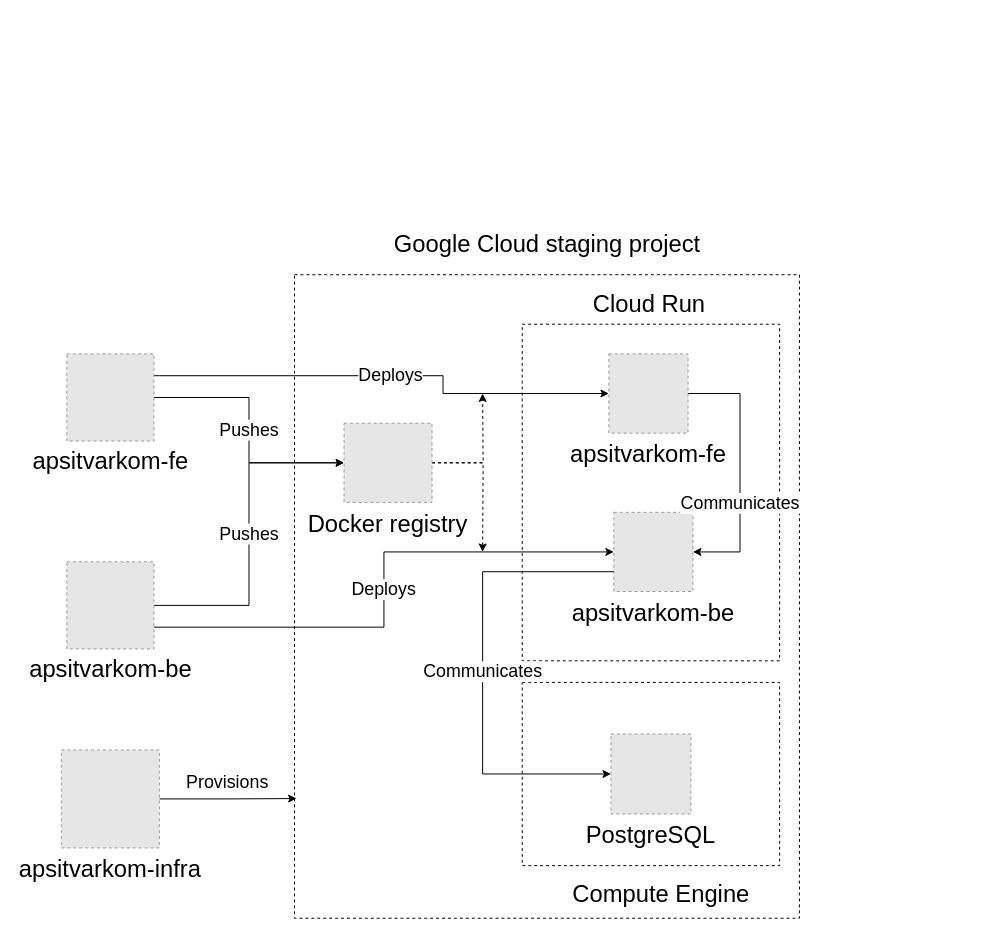
vu-vibedosa/.github keeps this draw.io diagram as apsitvarkom.drawio. Above is the earlier version. Source tidied: cells renumbered, new cells numbered last; positions are measured from the earlier drawing's top-left corner, leaving out a move shared by most shapes. Both pictures are drawn from the tidied source at 99%, with x=0, y=0 at pixel (60, 225). Pictures stored in the file or linked from it are replaced by grey dashed boxes.
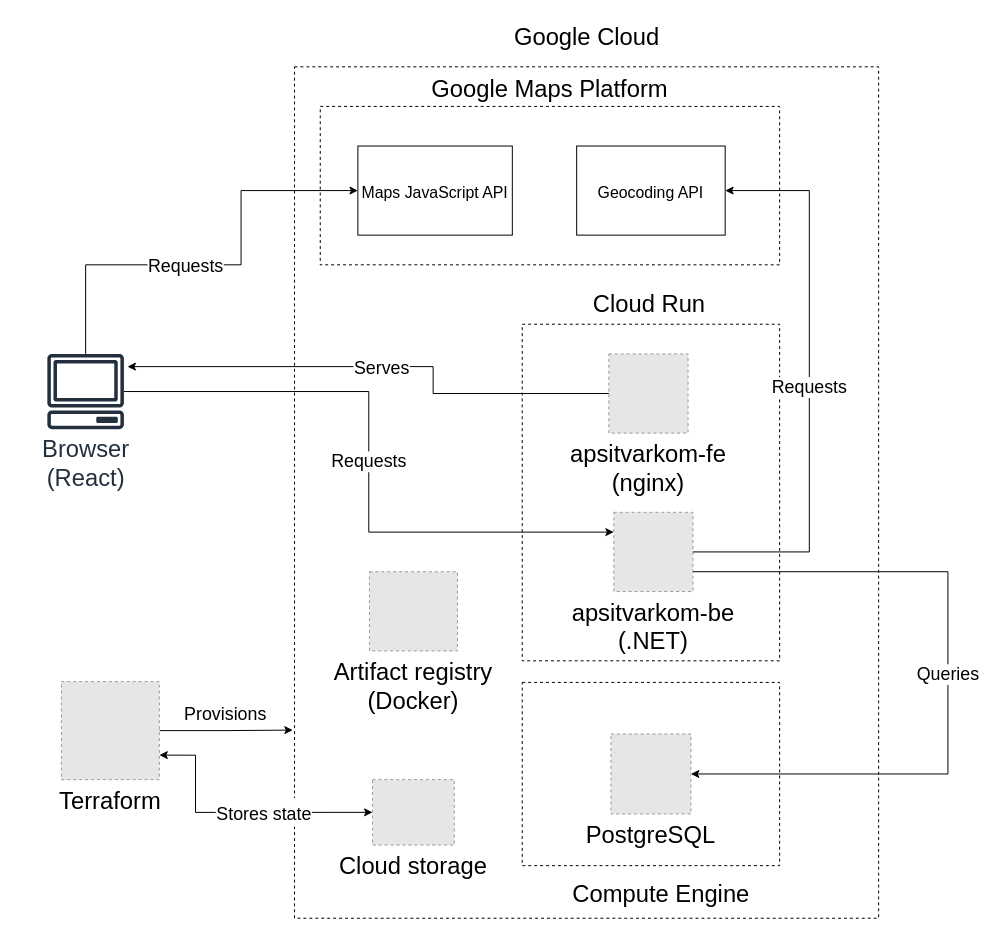
The same diagram, later.

The change refers to these unchanged cells:
```xml
<mxCell id="3" style="group;" parent="1" vertex="1">
  <mxGeometry x="436" y="60" width="290" height="380" as="geometry" />
</mxCell>
<mxCell id="21" value="PostgreSQL" style="fillColor=#E6E6E6;strokeColor=#999999;dashed=1;verticalLabelPosition=bottom;labelBackgroundColor=#ffffff;verticalAlign=top;fontSize=24;" parent="19" vertex="1">
  <mxGeometry x="89.6" y="73.9" width="80.8" height="80.8" as="geometry" />
</mxCell>
```

Diff of the diagram source:
```diff
@@
     <mxCell id="2" style="rounded=0;whiteSpace=wrap;html=1;dashed=1;fontSize=24;fillColor=none;" parent="1" vertex="1">
-      <mxGeometry x="236" y="50" width="510" height="650" as="geometry" />
+      <mxGeometry x="236" y="-160" width="590" height="860" as="geometry" />
     </mxCell>
@@
-    <mxCell id="6" value="apsitvarkom-be" style="fillColor=#E6E6E6;strokeColor=#999999;dashed=1;verticalLabelPosition=bottom;labelBackgroundColor=#ffffff;verticalAlign=top;fontSize=24;" parent="3" vertex="1">
+    <mxCell id="6" value="apsitvarkom-be&#10;(.NET)" style="fillColor=#E6E6E6;strokeColor=#999999;dashed=1;verticalLabelPosition=bottom;labelBackgroundColor=#ffffff;verticalAlign=top;fontSize=24;" parent="3" vertex="1">
       <mxGeometry x="122.5" y="230" width="80" height="80" as="geometry" />
     </mxCell>
-    <mxCell id="7" value="Communicates" style="edgeStyle=orthogonalEdgeStyle;rounded=0;jettySize=auto;html=1;exitX=1;exitY=0.5;exitDx=0;exitDy=0;entryX=1;entryY=0.5;entryDx=0;entryDy=0;fontSize=18;" parent="3" edge="1" source="8" target="6">
-      <mxGeometry x="0.25" relative="1" as="geometry">
-        <Array as="points">
-          <mxPoint x="250" y="110" />
-          <mxPoint x="250" y="270" />
-        </Array>
-      </mxGeometry>
-    </mxCell>
-    <mxCell id="8" value="apsitvarkom-fe" style="fillColor=#E6E6E6;strokeColor=#999999;dashed=1;verticalLabelPosition=bottom;labelBackgroundColor=#ffffff;verticalAlign=top;fontSize=24;" parent="3" vertex="1">
+    <mxCell id="8" value="apsitvarkom-fe&#10;(nginx)" style="fillColor=#E6E6E6;strokeColor=#999999;dashed=1;verticalLabelPosition=bottom;labelBackgroundColor=#ffffff;verticalAlign=top;fontSize=24;" parent="3" vertex="1">
       <mxGeometry x="117.5" y="70" width="80" height="80" as="geometry" />
     </mxCell>
-    <mxCell id="9" value="Pushes" style="edgeStyle=orthogonalEdgeStyle;rounded=0;jettySize=auto;html=1;fontSize=18;" parent="1" edge="1" source="11" target="17">
-      <mxGeometry relative="1" as="geometry" />
-    </mxCell>
-    <mxCell id="10" value="Deploys" style="edgeStyle=orthogonalEdgeStyle;rounded=0;jettySize=auto;html=1;exitX=1;exitY=0.25;exitDx=0;exitDy=0;entryX=0;entryY=0.5;entryDx=0;entryDy=0;fontSize=18;" parent="1" edge="1" source="11" target="8">
-      <mxGeometry relative="1" as="geometry">
-        <Array as="points">
-          <mxPoint x="386" y="152" />
-          <mxPoint x="386" y="170" />
-        </Array>
-      </mxGeometry>
-    </mxCell>
-    <mxCell id="11" value="&lt;font style=&quot;font-size: 24px;&quot;&gt;apsitvarkom-fe&lt;/font&gt;" style="fillColor=#E6E6E6;strokeColor=#999999;dashed=1;html=1;verticalAlign=top;verticalLabelPosition=bottom;labelBackgroundColor=#ffffff;" parent="1" vertex="1">
-      <mxGeometry x="6" y="130" width="88" height="88" as="geometry" />
-    </mxCell>
-    <mxCell id="12" value="Pushes" style="edgeStyle=orthogonalEdgeStyle;rounded=0;jettySize=auto;html=1;entryX=0;entryY=0.5;entryDx=0;entryDy=0;fontSize=18;" parent="1" edge="1" source="14" target="17">
-      <mxGeometry relative="1" as="geometry" />
-    </mxCell>
-    <mxCell id="13" value="Deploys" style="edgeStyle=orthogonalEdgeStyle;rounded=0;jettySize=auto;html=1;exitX=1;exitY=0.75;exitDx=0;exitDy=0;entryX=0;entryY=0.5;entryDx=0;entryDy=0;fontSize=18;" parent="1" edge="1" source="14" target="6">
-      <mxGeometry relative="1" as="geometry" />
-    </mxCell>
-    <mxCell id="14" value="&lt;font style=&quot;font-size: 24px;&quot;&gt;apsitvarkom-be&lt;/font&gt;" style="fillColor=#E6E6E6;strokeColor=#999999;dashed=1;html=1;verticalAlign=top;verticalLabelPosition=bottom;labelBackgroundColor=#ffffff;" parent="1" vertex="1">
-      <mxGeometry x="6" y="340" width="88" height="88" as="geometry" />
-    </mxCell>
-    <mxCell id="15" style="edgeStyle=orthogonalEdgeStyle;rounded=0;jettySize=auto;html=1;exitX=1;exitY=0.5;exitDx=0;exitDy=0;dashed=1;fontSize=18;" parent="1" edge="1" source="17">
-      <mxGeometry relative="1" as="geometry">
-        <mxPoint x="426" y="170" as="targetPoint" />
-      </mxGeometry>
-    </mxCell>
-    <mxCell id="16" style="edgeStyle=orthogonalEdgeStyle;rounded=0;jettySize=auto;html=1;exitX=1;exitY=0.5;exitDx=0;exitDy=0;dashed=1;fontSize=18;" parent="1" edge="1" source="17">
-      <mxGeometry relative="1" as="geometry">
-        <mxPoint x="426" y="330" as="targetPoint" />
-      </mxGeometry>
-    </mxCell>
-    <mxCell id="17" value="Docker registry" style="fillColor=#E6E6E6;strokeColor=#999999;dashed=1;verticalLabelPosition=bottom;labelBackgroundColor=#ffffff;verticalAlign=top;fontSize=24;" parent="1" vertex="1">
-      <mxGeometry x="286" y="200" width="88.9" height="80" as="geometry" />
+    <mxCell id="17" value="Artifact registry&#10;(Docker)" style="fillColor=#E6E6E6;strokeColor=#999999;dashed=1;verticalLabelPosition=bottom;labelBackgroundColor=#ffffff;verticalAlign=top;fontSize=24;" parent="1" vertex="1">
+      <mxGeometry x="311.7" y="350" width="88.9" height="80" as="geometry" />
     </mxCell>
@@
-    <mxCell id="23" value="Google Cloud staging project" style="text;html=1;align=center;verticalAlign=middle;strokeColor=none;fillColor=none;fontSize=24;" parent="1" vertex="1">
-      <mxGeometry x="326" width="330" height="40" as="geometry" />
+    <mxCell id="23" value="Google Cloud" style="text;html=1;align=center;verticalAlign=middle;strokeColor=none;fillColor=none;fontSize=24;" parent="1" vertex="1">
+      <mxGeometry x="446" y="-210" width="170" height="40" as="geometry" />
     </mxCell>
-    <mxCell id="24" style="edgeStyle=orthogonalEdgeStyle;rounded=0;jettySize=auto;html=1;entryX=0.004;entryY=0.814;entryDx=0;entryDy=0;entryPerimeter=0;fontSize=23;" parent="1" edge="1" source="26" target="2">
+    <mxCell id="24" style="edgeStyle=orthogonalEdgeStyle;rounded=0;jettySize=auto;html=1;fontSize=23;entryX=-0.003;entryY=0.779;entryDx=0;entryDy=0;entryPerimeter=0;" parent="1" edge="1" source="26" target="2">
       <mxGeometry relative="1" as="geometry" />
     </mxCell>
@@
-    <mxCell id="26" value="apsitvarkom-infra" style="fillColor=#E6E6E6;strokeColor=#999999;dashed=1;verticalLabelPosition=bottom;labelBackgroundColor=default;verticalAlign=top;fontSize=24;" parent="1" vertex="1">
-      <mxGeometry x="0.5" y="530" width="99" height="99" as="geometry" />
+    <mxCell id="26" value="Terraform" style="fillColor=#E6E6E6;strokeColor=#999999;dashed=1;verticalLabelPosition=bottom;labelBackgroundColor=default;verticalAlign=top;fontSize=24;" parent="1" vertex="1">
+      <mxGeometry x="0.5" y="461" width="99" height="99" as="geometry" />
     </mxCell>
+    <mxCell id="28" value="Requests" style="edgeStyle=orthogonalEdgeStyle;rounded=0;jettySize=auto;html=1;entryX=0;entryY=0.25;entryDx=0;entryDy=0;fontSize=18;" parent="1" edge="1" source="31" target="6">
+      <mxGeometry relative="1" as="geometry" />
+    </mxCell>
+    <mxCell id="29" style="edgeStyle=orthogonalEdgeStyle;rounded=0;jettySize=auto;html=1;entryX=0;entryY=0.5;entryDx=0;entryDy=0;fontSize=18;" parent="1" edge="1" source="31" target="34">
+      <mxGeometry relative="1" as="geometry">
+        <Array as="points">
+          <mxPoint x="25" y="40" />
+          <mxPoint x="182" y="40" />
+          <mxPoint x="182" y="-35" />
+        </Array>
+      </mxGeometry>
+    </mxCell>
+    <mxCell id="30" value="Requests" style="edgeLabel;html=1;align=center;verticalAlign=middle;fontSize=18;" parent="29" vertex="1">
+      <mxGeometry x="-0.14" y="-1" relative="1" as="geometry">
+        <mxPoint x="1" as="offset" />
+      </mxGeometry>
+    </mxCell>
+    <mxCell id="31" value="&lt;span style=&quot;font-size: 24px;&quot;&gt;Browser&lt;br&gt;(React)&lt;br&gt;&lt;/span&gt;" style="sketch=0;outlineConnect=0;fontColor=#232F3E;gradientColor=none;fillColor=#232F3D;strokeColor=none;dashed=0;verticalLabelPosition=bottom;verticalAlign=top;align=center;html=1;fontSize=12;fontStyle=0;shape=mxgraph.aws4.client;labelBackgroundColor=default;" parent="1" vertex="1">
+      <mxGeometry x="-14" y="130" width="78" height="76" as="geometry" />
+    </mxCell>
+    <mxCell id="32" value="&lt;font style=&quot;font-size: 18px;&quot;&gt;Serves&lt;/font&gt;" style="edgeStyle=orthogonalEdgeStyle;rounded=0;jettySize=auto;html=1;exitX=0;exitY=0.5;exitDx=0;exitDy=0;entryX=1.047;entryY=0.169;entryDx=0;entryDy=0;entryPerimeter=0;fontSize=24;" parent="1" edge="1" source="8" target="31">
+      <mxGeometry relative="1" as="geometry">
+        <Array as="points">
+          <mxPoint x="376" y="170" />
+          <mxPoint x="376" y="143" />
+        </Array>
+      </mxGeometry>
+    </mxCell>
+    <mxCell id="33" value="&lt;font style=&quot;font-size: 24px;&quot;&gt;Google Maps Platform&lt;/font&gt;" style="rounded=0;whiteSpace=wrap;html=1;fontSize=18;labelPosition=center;verticalLabelPosition=top;align=center;verticalAlign=bottom;fillColor=none;dashed=1;" parent="1" vertex="1">
+      <mxGeometry x="262" y="-120" width="464" height="160" as="geometry" />
+    </mxCell>
+    <mxCell id="34" value="&lt;font size=&quot;3&quot;&gt;Maps JavaScript API&lt;/font&gt;" style="rounded=0;whiteSpace=wrap;html=1;fontSize=24;" parent="1" vertex="1">
+      <mxGeometry x="300" y="-80" width="156" height="90" as="geometry" />
+    </mxCell>
+    <mxCell id="35" value="&lt;font size=&quot;3&quot;&gt;Geocoding API&lt;/font&gt;" style="rounded=0;whiteSpace=wrap;html=1;fontSize=24;" parent="1" vertex="1">
+      <mxGeometry x="521" y="-80" width="150" height="90" as="geometry" />
+    </mxCell>
+    <mxCell id="36" value="Requests" style="edgeStyle=orthogonalEdgeStyle;rounded=0;jettySize=auto;html=1;entryX=1;entryY=0.5;entryDx=0;entryDy=0;fontSize=18;" parent="1" edge="1" source="6" target="35">
+      <mxGeometry relative="1" as="geometry">
+        <Array as="points">
+          <mxPoint x="756" y="330" />
+          <mxPoint x="756" y="-35" />
+        </Array>
+      </mxGeometry>
+    </mxCell>
-    <mxCell id="27" value="Communicates" style="edgeStyle=orthogonalEdgeStyle;rounded=0;jettySize=auto;html=1;exitX=0;exitY=0.75;exitDx=0;exitDy=0;entryX=0;entryY=0.5;entryDx=0;entryDy=0;fontSize=18;" parent="1" edge="1" source="6" target="21">
+    <mxCell id="27" value="Queries" style="edgeStyle=orthogonalEdgeStyle;rounded=0;jettySize=auto;html=1;exitX=1;exitY=0.75;exitDx=0;exitDy=0;entryX=1;entryY=0.5;entryDx=0;entryDy=0;fontSize=18;" parent="1" edge="1" source="6" target="21">
       <mxGeometry relative="1" as="geometry">
         <Array as="points">
-          <mxPoint x="426" y="350" />
-          <mxPoint x="426" y="554" />
+          <mxPoint x="896" y="350" />
+          <mxPoint x="896" y="554" />
         </Array>
       </mxGeometry>
     </mxCell>
+    <mxCell id="37" value="&lt;font style=&quot;font-size: 18px;&quot;&gt;Stores state&lt;/font&gt;" style="edgeStyle=orthogonalEdgeStyle;rounded=0;jettySize=auto;html=1;exitX=0;exitY=0.5;exitDx=0;exitDy=0;entryX=1;entryY=0.75;entryDx=0;entryDy=0;fontSize=24;startArrow=classic;startFill=1;" parent="1" edge="1" source="38" target="26">
+      <mxGeometry x="-0.2" relative="1" as="geometry">
+        <Array as="points">
+          <mxPoint x="136" y="593" />
+          <mxPoint x="136" y="535" />
+        </Array>
+        <mxPoint x="-1" as="offset" />
+      </mxGeometry>
+    </mxCell>
+    <mxCell id="38" value="Cloud storage" style="fillColor=#E6E6E6;strokeColor=#999999;dashed=1;verticalLabelPosition=bottom;labelBackgroundColor=#ffffff;verticalAlign=top;fontSize=24;" parent="1" vertex="1">
+      <mxGeometry x="314.8" y="560" width="82.6" height="66.1" as="geometry" />
+    </mxCell>
```
